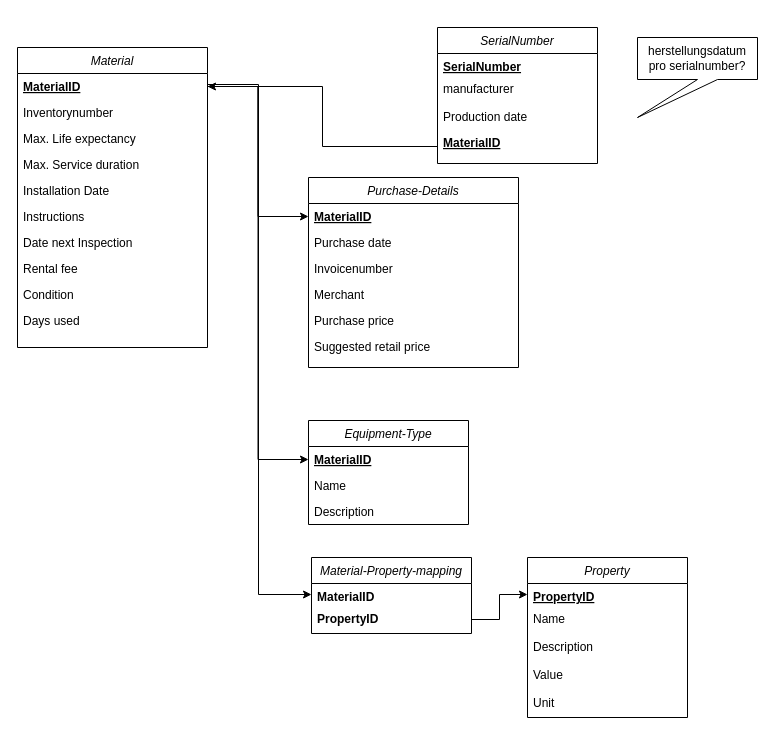
This is page "Material Modul" (2 of 5) of docs/entity-relationship.drawio from jneuendorf/material-manager, a draw.io file, before an edit. Source tidied: cells renumbered, new cells numbered last; positions are measured from the earlier drawing's top-left corner, leaving out a move shared by most shapes. Both pictures are drawn from the tidied source at 100%, with x=0, y=0 at pixel (17, 27).
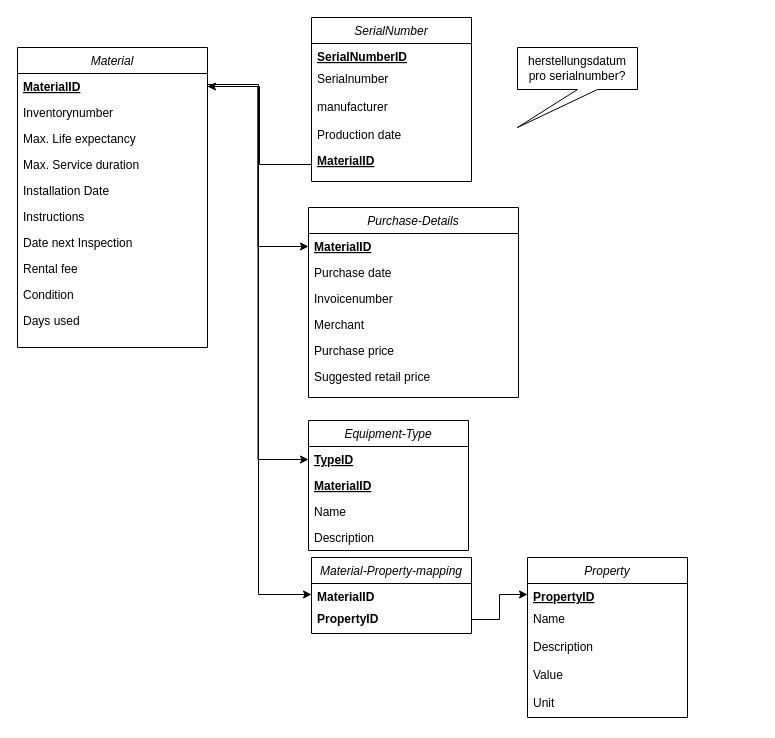
After the change.

Commit message (it also covers changes not shown here):
updated the material model and diagram

Diff of the diagram source:
```diff
@@
     <mxCell id="2" value="Equipment-Type" style="swimlane;fontStyle=2;align=center;verticalAlign=top;horizontal=1;startSize=26;rounded=0;shadow=0;strokeWidth=1;" parent="1" vertex="1">
-      <mxGeometry x="291" y="393" width="160" height="104" as="geometry" />
+      <mxGeometry x="291" y="393" width="160" height="130" as="geometry" />
     </mxCell>
-    <mxCell id="3" value="MaterialID" style="text;align=left;verticalAlign=top;spacingLeft=4;spacingRight=4;overflow=hidden;points=[[0,0.5],[1,0.5]];portConstraint=eastwest;fontStyle=5;" parent="2" vertex="1">
+    <mxCell id="3" value="TypeID" style="text;align=left;verticalAlign=top;spacingLeft=4;spacingRight=4;overflow=hidden;points=[[0,0.5],[1,0.5]];portConstraint=eastwest;fontStyle=5;" parent="2" vertex="1">
       <mxGeometry y="26" width="160" height="26" as="geometry" />
     </mxCell>
+    <mxCell id="44" value="MaterialID" style="text;align=left;verticalAlign=top;spacingLeft=4;spacingRight=4;overflow=hidden;fontStyle=5;" parent="2" vertex="1">
+      <mxGeometry y="52" width="160" height="26" as="geometry" />
+    </mxCell>
     <mxCell id="4" value="Name" style="text;align=left;verticalAlign=top;spacingLeft=4;spacingRight=4;overflow=hidden;rounded=0;shadow=0;html=0;" parent="2" vertex="1">
-      <mxGeometry y="52" width="160" height="26" as="geometry" />
+      <mxGeometry y="78" width="160" height="26" as="geometry" />
     </mxCell>
     <mxCell id="5" value="Description" style="text;align=left;verticalAlign=top;spacingLeft=4;spacingRight=4;overflow=hidden;rounded=0;shadow=0;html=0;" parent="2" vertex="1">
-      <mxGeometry y="78" width="160" height="26" as="geometry" />
+      <mxGeometry y="104" width="160" height="26" as="geometry" />
     </mxCell>
@@
     <mxCell id="17" value="Purchase-Details" style="swimlane;fontStyle=2;align=center;verticalAlign=top;horizontal=1;startSize=26;rounded=0;shadow=0;strokeWidth=1;" parent="1" vertex="1">
-      <mxGeometry x="291" y="150" width="210" height="190" as="geometry" />
+      <mxGeometry x="291" y="180" width="210" height="190" as="geometry" />
     </mxCell>
@@
     <mxCell id="37" value="SerialNumber" style="swimlane;fontStyle=2;align=center;verticalAlign=top;horizontal=1;startSize=26;rounded=0;shadow=0;strokeWidth=1;" parent="1" vertex="1">
-      <mxGeometry x="420" width="160" height="136" as="geometry" />
+      <mxGeometry x="294" y="-10" width="160" height="164" as="geometry" />
     </mxCell>
-    <mxCell id="38" value="SerialNumber" style="text;align=left;verticalAlign=top;spacingLeft=4;spacingRight=4;overflow=hidden;fontStyle=5;" parent="37" vertex="1">
+    <mxCell id="38" value="SerialNumberID" style="text;align=left;verticalAlign=top;spacingLeft=4;spacingRight=4;overflow=hidden;fontStyle=5;" parent="37" vertex="1">
       <mxGeometry y="26" width="160" height="22" as="geometry" />
     </mxCell>
+    <mxCell id="45" value="Serialnumber" style="text;align=left;verticalAlign=top;spacingLeft=4;spacingRight=4;overflow=hidden;rounded=0;shadow=0;html=0;" parent="37" vertex="1">
+      <mxGeometry y="48" width="160" height="28" as="geometry" />
+    </mxCell>
     <mxCell id="39" value="manufacturer" style="text;align=left;verticalAlign=top;spacingLeft=4;spacingRight=4;overflow=hidden;rounded=0;shadow=0;html=0;" parent="37" vertex="1">
-      <mxGeometry y="48" width="160" height="28" as="geometry" />
+      <mxGeometry y="76" width="160" height="28" as="geometry" />
     </mxCell>
     <mxCell id="40" value="Production date" style="text;align=left;verticalAlign=top;spacingLeft=4;spacingRight=4;overflow=hidden;rounded=0;shadow=0;html=0;" parent="37" vertex="1">
-      <mxGeometry y="76" width="160" height="26" as="geometry" />
+      <mxGeometry y="104" width="160" height="26" as="geometry" />
     </mxCell>
     <mxCell id="41" value="MaterialID" style="text;align=left;verticalAlign=top;spacingLeft=4;spacingRight=4;overflow=hidden;points=[[0,0.5],[1,0.5]];portConstraint=eastwest;fontStyle=5;" parent="37" vertex="1">
-      <mxGeometry y="102" width="160" height="34" as="geometry" />
+      <mxGeometry y="130" width="160" height="34" as="geometry" />
     </mxCell>
@@
     <mxCell id="43" value="herstellungsdatum pro serialnumber?" style="shape=callout;whiteSpace=wrap;html=1;perimeter=calloutPerimeter;position2=0;size=38;position=0.5;" parent="1" vertex="1">
-      <mxGeometry x="620" y="10" width="120" height="80" as="geometry" />
+      <mxGeometry x="500" y="20" width="120" height="80" as="geometry" />
     </mxCell>
```
